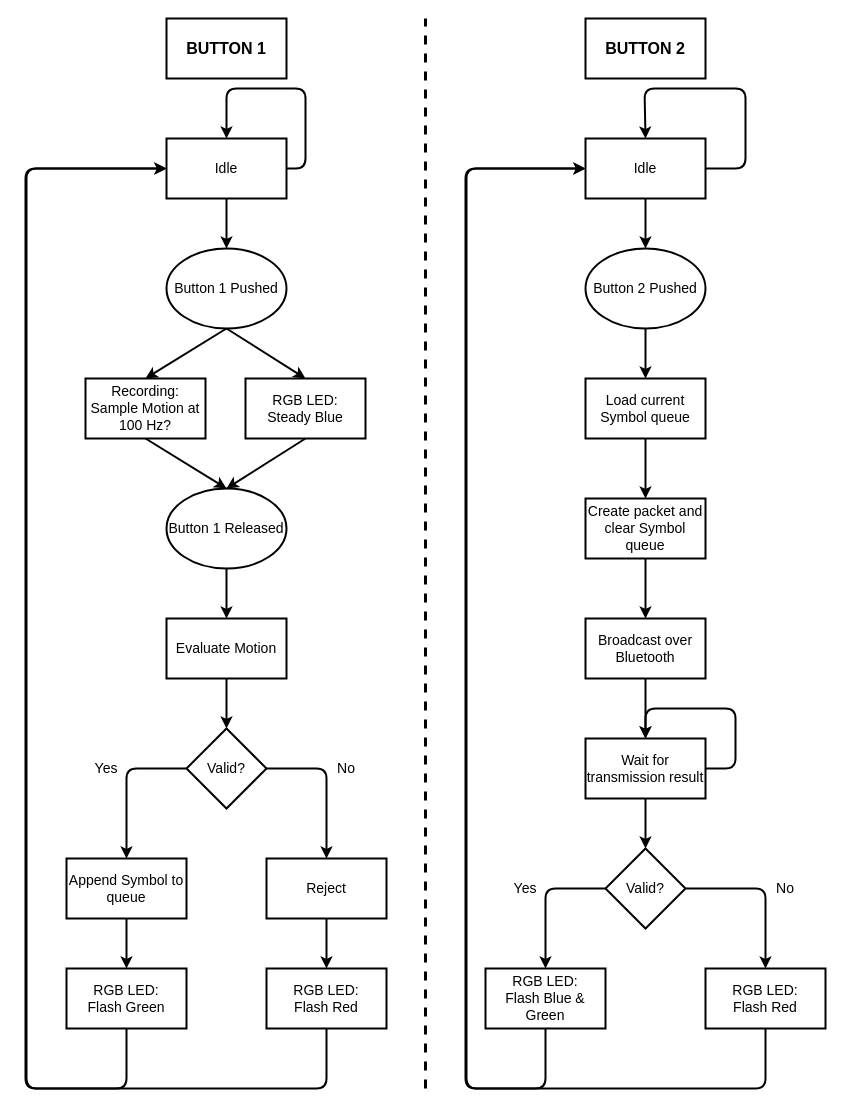
The draw.io diagram ButtonFunctionality.drawio in squiddycodes/WandCode, before the edit. Source tidied: cells renumbered, new cells numbered last; positions are measured from the earlier drawing's top-left corner, leaving out a move shared by most shapes. Both pictures are drawn from the tidied source at 100%, with x=0, y=0 at pixel (25, 18).
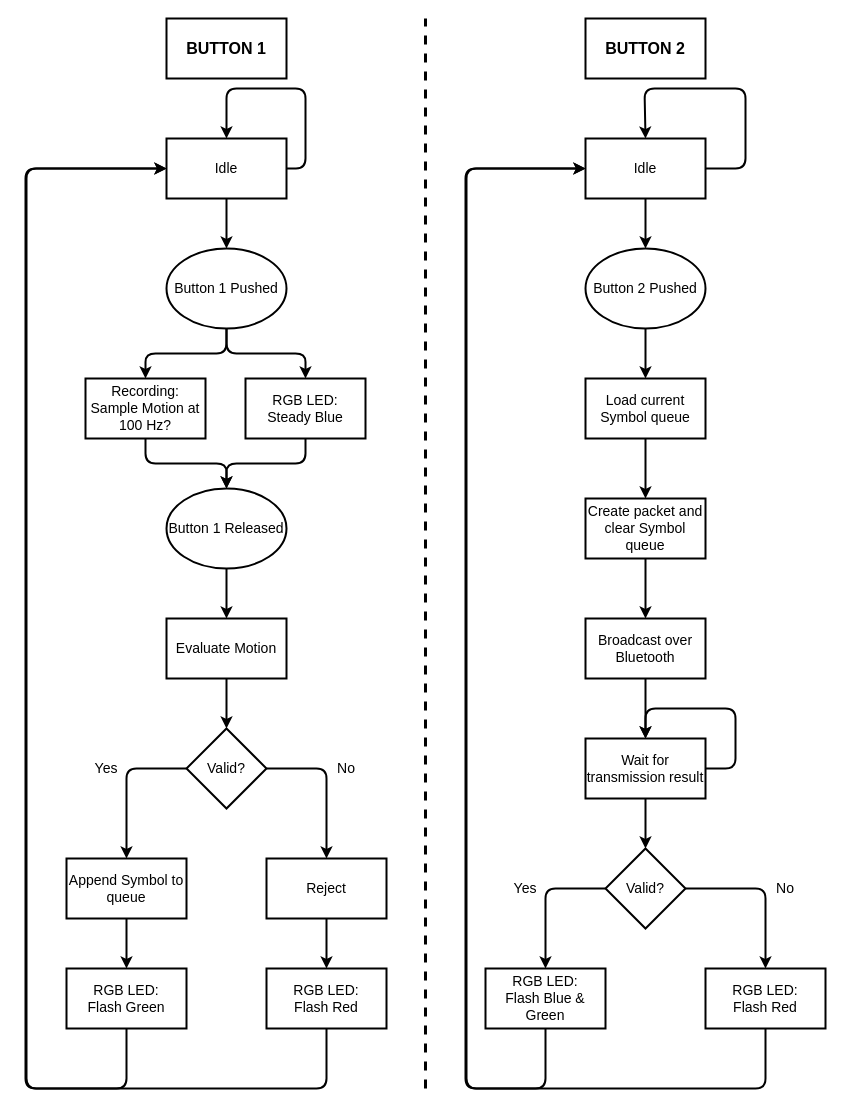
Above is the later version.

Unchanged cells that the change refers to:
```xml
<mxCell id="7" value="&lt;font style=&quot;font-size: 14px;&quot;&gt;Button 1 Pushed&lt;/font&gt;" style="ellipse;whiteSpace=wrap;html=1;strokeWidth=2;fillColor=none;" parent="1" vertex="1">
  <mxGeometry x="141" y="230" width="120" height="80" as="geometry" />
</mxCell>
<mxCell id="9" value="&lt;font style=&quot;font-size: 14px;&quot;&gt;Recording: Sample Motion at 100 Hz?&lt;/font&gt;" style="rounded=0;whiteSpace=wrap;html=1;fillColor=none;strokeWidth=2;" parent="1" vertex="1">
  <mxGeometry x="60" y="360" width="120" height="60" as="geometry" />
</mxCell>
<mxCell id="11" value="&lt;font style=&quot;font-size: 14px;&quot;&gt;Button 1 Released&lt;/font&gt;" style="ellipse;whiteSpace=wrap;html=1;strokeWidth=2;fillColor=none;" parent="1" vertex="1">
  <mxGeometry x="141" y="470" width="120" height="80" as="geometry" />
</mxCell>
<mxCell id="28" value="&lt;font style=&quot;font-size: 14px;&quot;&gt;RGB LED: &lt;br&gt;Steady Blue&lt;/font&gt;" style="rounded=0;whiteSpace=wrap;html=1;fillColor=none;strokeWidth=2;" parent="1" vertex="1">
  <mxGeometry x="220" y="360" width="120" height="60" as="geometry" />
</mxCell>
```

Change to the diagram source:
```diff
@@
-    <mxCell id="5" style="edgeStyle=none;html=1;exitX=0.5;exitY=1;exitDx=0;exitDy=0;entryX=0.5;entryY=0;entryDx=0;entryDy=0;strokeWidth=2;" parent="1" edge="1" source="7" target="28">
+    <mxCell id="5" style="edgeStyle=orthogonalEdgeStyle;html=1;exitX=0.5;exitY=1;exitDx=0;exitDy=0;entryX=0.5;entryY=0;entryDx=0;entryDy=0;strokeWidth=2;" parent="1" edge="1" source="7" target="28">
       <mxGeometry relative="1" as="geometry" />
     </mxCell>
-    <mxCell id="6" style="edgeStyle=none;html=1;exitX=0.5;exitY=1;exitDx=0;exitDy=0;entryX=0.5;entryY=0;entryDx=0;entryDy=0;strokeWidth=2;" parent="1" edge="1" source="7" target="9">
+    <mxCell id="6" style="edgeStyle=orthogonalEdgeStyle;html=1;exitX=0.5;exitY=1;exitDx=0;exitDy=0;entryX=0.5;entryY=0;entryDx=0;entryDy=0;strokeWidth=2;" parent="1" edge="1" source="7" target="9">
       <mxGeometry relative="1" as="geometry" />
     </mxCell>
@@
-    <mxCell id="8" style="edgeStyle=none;html=1;exitX=0.5;exitY=1;exitDx=0;exitDy=0;entryX=0.5;entryY=0;entryDx=0;entryDy=0;strokeWidth=2;" parent="1" edge="1" source="9" target="11">
+    <mxCell id="8" style="edgeStyle=orthogonalEdgeStyle;html=1;exitX=0.5;exitY=1;exitDx=0;exitDy=0;entryX=0.5;entryY=0;entryDx=0;entryDy=0;strokeWidth=2;" parent="1" edge="1" source="9" target="11">
       <mxGeometry relative="1" as="geometry" />
     </mxCell>
@@
-    <mxCell id="27" style="edgeStyle=none;html=1;exitX=0.5;exitY=1;exitDx=0;exitDy=0;entryX=0.5;entryY=0;entryDx=0;entryDy=0;strokeWidth=2;" parent="1" edge="1" source="28" target="11">
+    <mxCell id="27" style="edgeStyle=orthogonalEdgeStyle;html=1;exitX=0.5;exitY=1;exitDx=0;exitDy=0;entryX=0.5;entryY=0;entryDx=0;entryDy=0;strokeWidth=2;" parent="1" edge="1" source="28" target="11">
       <mxGeometry relative="1" as="geometry" />
     </mxCell>
```
